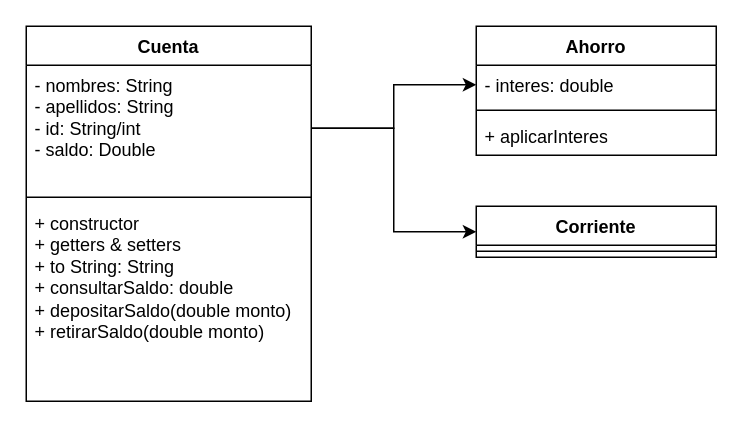
The draw.io diagram src/cuentas/diagram/Account.drawio in tineojf/practice-java, before the edit. Source tidied: cells renumbered, new cells numbered last; positions are measured from the earlier drawing's top-left corner, leaving out a move shared by most shapes. Both pictures are drawn from the tidied source at 150%, with x=0, y=0 at pixel (26, 26).
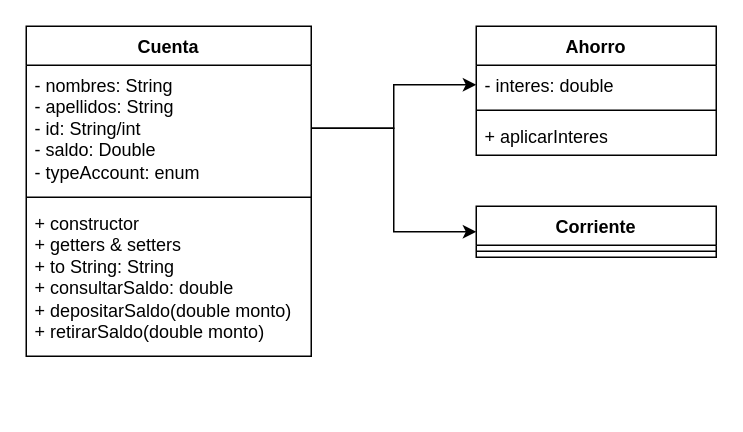
The same diagram, later.

The edit, as a diff of the source:
```diff
@@
 <mxGraphModel>
   <root>
     <mxCell id="0" />
     <mxCell id="1" parent="0" />
     <mxCell id="2" value="Cuenta" style="swimlane;fontStyle=1;align=center;verticalAlign=top;horizontal=1;startSize=26;whiteSpace=wrap;html=1;" parent="1" vertex="1">
-      <mxGeometry width="190" height="250" as="geometry" />
+      <mxGeometry width="190" height="220" as="geometry" />
     </mxCell>
-    <mxCell id="3" value="- nombres: String&lt;br&gt;- apellidos: String&lt;br&gt;- id: String/int&lt;br&gt;- saldo: Double" style="text;strokeColor=none;fillColor=none;align=left;verticalAlign=top;spacingLeft=4;spacingRight=4;overflow=hidden;points=[[0,0.5],[1,0.5]];portConstraint=eastwest;whiteSpace=wrap;html=1;" parent="2" vertex="1">
+    <mxCell id="3" value="- nombres: String&lt;br&gt;- apellidos: String&lt;br&gt;- id: String/int&lt;br&gt;- saldo: Double&lt;br&gt;- typeAccount: enum" style="text;strokeColor=none;fillColor=none;align=left;verticalAlign=top;spacingLeft=4;spacingRight=4;overflow=hidden;points=[[0,0.5],[1,0.5]];portConstraint=eastwest;whiteSpace=wrap;html=1;" parent="2" vertex="1">
       <mxGeometry y="26" width="190" height="84" as="geometry" />
     </mxCell>
     <mxCell id="4" style="line;strokeWidth=1;fillColor=none;align=left;verticalAlign=middle;spacingTop=-1;spacingLeft=3;spacingRight=3;labelPosition=right;strokeColor=inherit;" parent="2" vertex="1">
       <mxGeometry y="110" width="190" height="8" as="geometry" />
     </mxCell>
     <mxCell id="5" value="+ constructor&lt;br&gt;+ getters &amp;amp; setters&lt;br&gt;+ to String: String&lt;br&gt;+ consultarSaldo: double&lt;br&gt;+ depositarSaldo(double monto)&lt;br&gt;+ retirarSaldo(double monto)" style="text;strokeColor=none;fillColor=none;align=left;verticalAlign=top;spacingLeft=4;spacingRight=4;overflow=hidden;whiteSpace=wrap;html=1;" parent="2" vertex="1">
-      <mxGeometry y="118" width="190" height="132" as="geometry" />
+      <mxGeometry y="118" width="190" height="102" as="geometry" />
     </mxCell>
     <mxCell id="6" value="Ahorro" style="swimlane;fontStyle=1;align=center;verticalAlign=top;horizontal=1;startSize=26;whiteSpace=wrap;html=1;" parent="1" vertex="1">
       <mxGeometry x="300" width="160" height="86" as="geometry" />
     </mxCell>
     <mxCell id="7" value="- interes: double" style="text;strokeColor=none;fillColor=none;align=left;verticalAlign=top;spacingLeft=4;spacingRight=4;overflow=hidden;points=[[0,0.5],[1,0.5]];portConstraint=eastwest;whiteSpace=wrap;html=1;" parent="6" vertex="1">
       <mxGeometry y="26" width="160" height="26" as="geometry" />
     </mxCell>
     <mxCell id="8" style="line;strokeWidth=1;fillColor=none;align=left;verticalAlign=middle;spacingTop=-1;spacingLeft=3;spacingRight=3;labelPosition=right;strokeColor=inherit;" parent="6" vertex="1">
       <mxGeometry y="52" width="160" height="8" as="geometry" />
     </mxCell>
     <mxCell id="9" value="+ aplicarInteres" style="text;strokeColor=none;fillColor=none;align=left;verticalAlign=top;spacingLeft=4;spacingRight=4;overflow=hidden;whiteSpace=wrap;html=1;" parent="6" vertex="1">
       <mxGeometry y="60" width="160" height="26" as="geometry" />
     </mxCell>
     <mxCell id="10" style="edgeStyle=orthogonalEdgeStyle;rounded=0;jettySize=auto;html=1;exitX=1;exitY=0.5;exitDx=0;exitDy=0;entryX=0;entryY=0.5;entryDx=0;entryDy=0;" parent="1" edge="1" source="3" target="7">
       <mxGeometry relative="1" as="geometry" />
     </mxCell>
     <mxCell id="11" value="Corriente" style="swimlane;fontStyle=1;align=center;verticalAlign=top;horizontal=1;startSize=26;whiteSpace=wrap;html=1;" parent="1" vertex="1">
       <mxGeometry x="300" y="120" width="160" height="34" as="geometry" />
     </mxCell>
     <mxCell id="12" style="line;strokeWidth=1;fillColor=none;align=left;verticalAlign=middle;spacingTop=-1;spacingLeft=3;spacingRight=3;labelPosition=right;strokeColor=inherit;" parent="11" vertex="1">
       <mxGeometry y="26" width="160" height="8" as="geometry" />
     </mxCell>
     <mxCell id="13" style="edgeStyle=orthogonalEdgeStyle;rounded=0;jettySize=auto;html=1;exitX=1;exitY=0.5;exitDx=0;exitDy=0;entryX=0;entryY=0.5;entryDx=0;entryDy=0;" parent="1" edge="1" source="3" target="11">
       <mxGeometry relative="1" as="geometry" />
     </mxCell>
   </root>
 </mxGraphModel>
```
